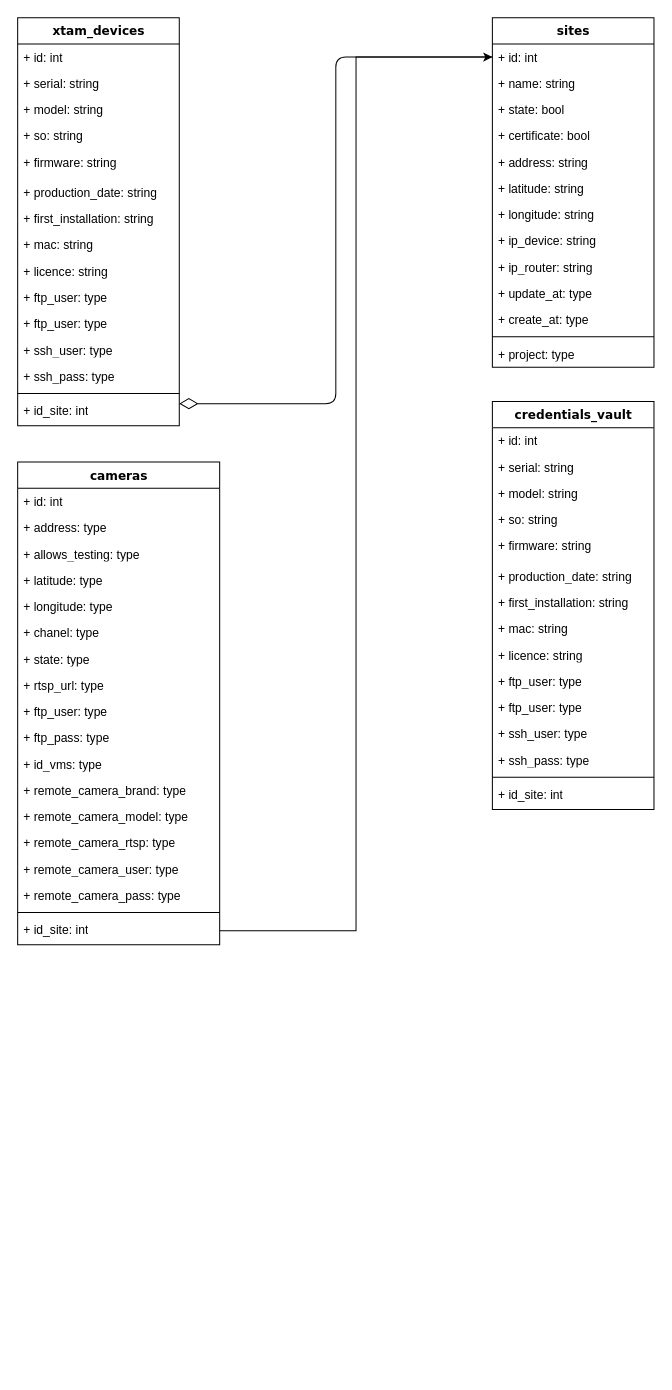
Earlier version of the draw.io diagram Diagrama sin título.drawio (FelipeHurtado/BPMN_EXPERIMIENTO). Source tidied: cells renumbered, new cells numbered last; positions are measured from the earlier drawing's top-left corner, leaving out a move shared by most shapes. Both pictures are drawn from the tidied source at 101%, with x=0, y=0 at pixel (17, 17).
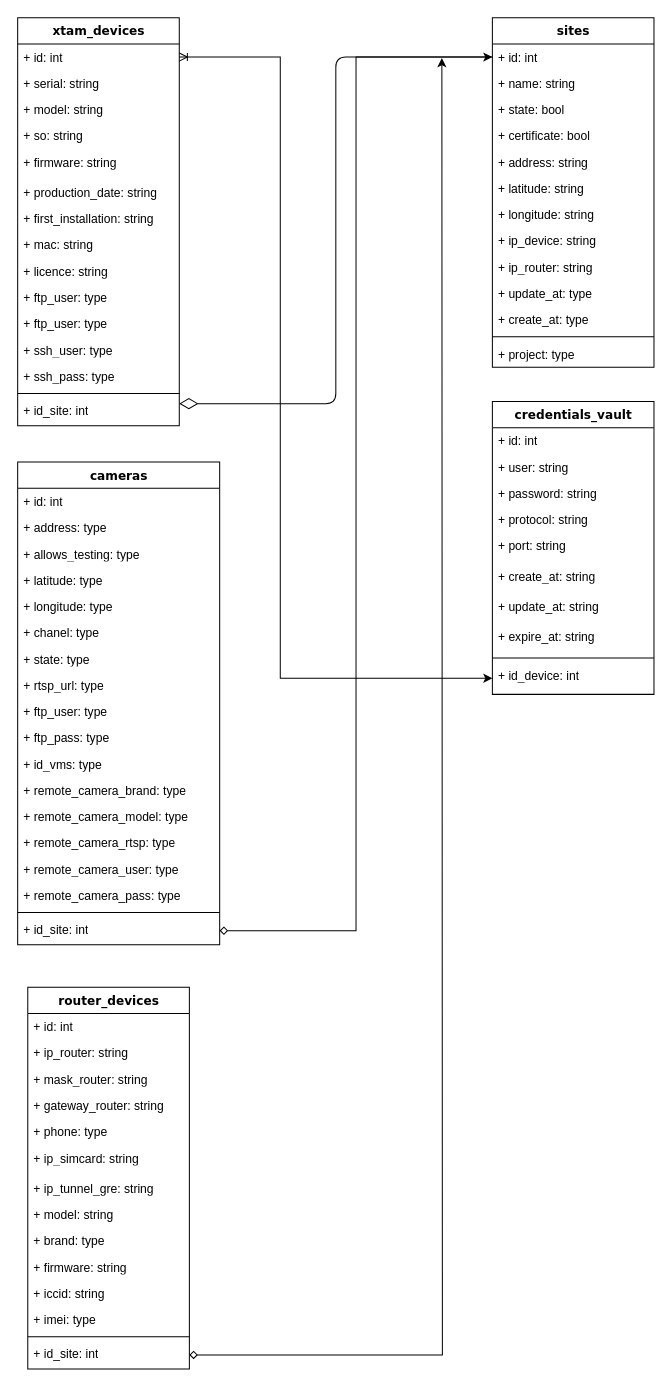
The same diagram, later.

The change refers to these unchanged cells:
```xml
<mxCell id="3" value="+ id: int" style="text;html=1;strokeColor=none;fillColor=none;align=left;verticalAlign=top;spacingLeft=4;spacingRight=4;whiteSpace=wrap;overflow=hidden;points=[[0,0.5],[1,0.5]];portConstraint=eastwest;" parent="2" vertex="1">
  <mxGeometry y="26" width="160" height="26" as="geometry" />
</mxCell>
<mxCell id="17" value="+ id: int" style="text;html=1;strokeColor=none;fillColor=none;align=left;verticalAlign=top;spacingLeft=4;spacingRight=4;whiteSpace=wrap;overflow=hidden;points=[[0,0.5],[1,0.5]];portConstraint=eastwest;" parent="16" vertex="1">
  <mxGeometry y="26" width="160" height="26" as="geometry" />
</mxCell>
<mxCell id="50" value="+ id_site: int" style="text;html=1;strokeColor=none;fillColor=none;align=left;verticalAlign=top;spacingLeft=4;spacingRight=4;whiteSpace=wrap;overflow=hidden;points=[[0,0.5],[1,0.5]];portConstraint=eastwest;" parent="32" vertex="1">
  <mxGeometry y="450" width="200" height="28" as="geometry" />
</mxCell>
```

Change to the diagram source:
```diff
@@
-    <mxCell id="52" style="edgeStyle=orthogonalEdgeStyle;rounded=0;jettySize=auto;html=1;exitX=1;exitY=0.5;exitDx=0;exitDy=0;" parent="1" edge="1" source="50" target="3">
+    <mxCell id="52" style="edgeStyle=orthogonalEdgeStyle;rounded=0;jettySize=auto;html=1;exitX=1;exitY=0.5;exitDx=0;exitDy=0;startArrow=diamond;startFill=0;" parent="1" edge="1" source="50" target="3">
       <mxGeometry relative="1" as="geometry" />
     </mxCell>
     <mxCell id="53" value="credentials_vault" style="swimlane;html=1;fontStyle=1;align=center;verticalAlign=top;horizontal=1;startSize=26;swimlaneFillColor=#ffffff;rounded=0;shadow=0;comic=0;labelBackgroundColor=none;strokeWidth=1;fillColor=none;fontFamily=Verdana;fontSize=12;" parent="1" vertex="1">
-      <mxGeometry x="470" y="380" width="160" height="404" as="geometry" />
+      <mxGeometry x="470" y="380" width="160" height="290" as="geometry" />
     </mxCell>
@@
-    <mxCell id="55" value="+ serial: string" style="text;html=1;strokeColor=none;fillColor=none;align=left;verticalAlign=top;spacingLeft=4;spacingRight=4;whiteSpace=wrap;overflow=hidden;" parent="53" vertex="1">
+    <mxCell id="55" value="+ user: string" style="text;html=1;strokeColor=none;fillColor=none;align=left;verticalAlign=top;spacingLeft=4;spacingRight=4;whiteSpace=wrap;overflow=hidden;" parent="53" vertex="1">
       <mxGeometry y="52" width="160" height="26" as="geometry" />
     </mxCell>
-    <mxCell id="56" value="+ model: string" style="text;html=1;strokeColor=none;fillColor=none;align=left;verticalAlign=top;spacingLeft=4;spacingRight=4;whiteSpace=wrap;overflow=hidden;" parent="53" vertex="1">
+    <mxCell id="56" value="+ password: string" style="text;html=1;strokeColor=none;fillColor=none;align=left;verticalAlign=top;spacingLeft=4;spacingRight=4;whiteSpace=wrap;overflow=hidden;" parent="53" vertex="1">
       <mxGeometry y="78" width="160" height="26" as="geometry" />
     </mxCell>
-    <mxCell id="57" value="+ so: string" style="text;html=1;strokeColor=none;fillColor=none;align=left;verticalAlign=top;spacingLeft=4;spacingRight=4;whiteSpace=wrap;overflow=hidden;" parent="53" vertex="1">
+    <mxCell id="57" value="+ protocol: string" style="text;html=1;strokeColor=none;fillColor=none;align=left;verticalAlign=top;spacingLeft=4;spacingRight=4;whiteSpace=wrap;overflow=hidden;" parent="53" vertex="1">
       <mxGeometry y="104" width="160" height="26" as="geometry" />
     </mxCell>
-    <mxCell id="58" value="+ firmware: string" style="text;html=1;strokeColor=none;fillColor=none;align=left;verticalAlign=top;spacingLeft=4;spacingRight=4;whiteSpace=wrap;overflow=hidden;" parent="53" vertex="1">
+    <mxCell id="58" value="+ port: string" style="text;html=1;strokeColor=none;fillColor=none;align=left;verticalAlign=top;spacingLeft=4;spacingRight=4;whiteSpace=wrap;overflow=hidden;" parent="53" vertex="1">
       <mxGeometry y="130" width="160" height="30" as="geometry" />
     </mxCell>
-    <mxCell id="59" value="+ production_date: string" style="text;html=1;strokeColor=none;fillColor=none;align=left;verticalAlign=top;spacingLeft=4;spacingRight=4;whiteSpace=wrap;overflow=hidden;" parent="53" vertex="1">
-      <mxGeometry y="160" width="160" height="26" as="geometry" />
-    </mxCell>
-    <mxCell id="60" value="+ first_installation: string" style="text;html=1;strokeColor=none;fillColor=none;align=left;verticalAlign=top;spacingLeft=4;spacingRight=4;whiteSpace=wrap;overflow=hidden;" parent="53" vertex="1">
-      <mxGeometry y="186" width="160" height="26" as="geometry" />
-    </mxCell>
-    <mxCell id="61" value="+ mac: string" style="text;html=1;strokeColor=none;fillColor=none;align=left;verticalAlign=top;spacingLeft=4;spacingRight=4;whiteSpace=wrap;overflow=hidden;" parent="53" vertex="1">
-      <mxGeometry y="212" width="160" height="26" as="geometry" />
-    </mxCell>
-    <mxCell id="62" value="+ licence: string" style="text;html=1;strokeColor=none;fillColor=none;align=left;verticalAlign=top;spacingLeft=4;spacingRight=4;whiteSpace=wrap;overflow=hidden;" parent="53" vertex="1">
-      <mxGeometry y="238" width="160" height="26" as="geometry" />
-    </mxCell>
-    <mxCell id="63" value="+ ftp_user: type" style="text;html=1;strokeColor=none;fillColor=none;align=left;verticalAlign=top;spacingLeft=4;spacingRight=4;whiteSpace=wrap;overflow=hidden;" parent="53" vertex="1">
-      <mxGeometry y="264" width="160" height="26" as="geometry" />
-    </mxCell>
-    <mxCell id="64" value="+ ftp_user: type" style="text;html=1;strokeColor=none;fillColor=none;align=left;verticalAlign=top;spacingLeft=4;spacingRight=4;whiteSpace=wrap;overflow=hidden;" parent="53" vertex="1">
-      <mxGeometry y="290" width="160" height="26" as="geometry" />
-    </mxCell>
-    <mxCell id="65" value="+ ssh_user: type" style="text;html=1;strokeColor=none;fillColor=none;align=left;verticalAlign=top;spacingLeft=4;spacingRight=4;whiteSpace=wrap;overflow=hidden;" parent="53" vertex="1">
-      <mxGeometry y="316" width="160" height="26" as="geometry" />
-    </mxCell>
-    <mxCell id="66" value="+ ssh_pass: type" style="text;html=1;strokeColor=none;fillColor=none;align=left;verticalAlign=top;spacingLeft=4;spacingRight=4;whiteSpace=wrap;overflow=hidden;" parent="53" vertex="1">
-      <mxGeometry y="342" width="160" height="26" as="geometry" />
-    </mxCell>
+    <mxCell id="69" value="+ create_at: string" style="text;html=1;strokeColor=none;fillColor=none;align=left;verticalAlign=top;spacingLeft=4;spacingRight=4;whiteSpace=wrap;overflow=hidden;" parent="53" vertex="1">
+      <mxGeometry y="160" width="160" height="30" as="geometry" />
+    </mxCell>
+    <mxCell id="70" value="+ update_at: string" style="text;html=1;strokeColor=none;fillColor=none;align=left;verticalAlign=top;spacingLeft=4;spacingRight=4;whiteSpace=wrap;overflow=hidden;" parent="53" vertex="1">
+      <mxGeometry y="190" width="160" height="30" as="geometry" />
+    </mxCell>
+    <mxCell id="71" value="+ expire_at: string" style="text;html=1;strokeColor=none;fillColor=none;align=left;verticalAlign=top;spacingLeft=4;spacingRight=4;whiteSpace=wrap;overflow=hidden;" parent="53" vertex="1">
+      <mxGeometry y="220" width="160" height="30" as="geometry" />
+    </mxCell>
     <mxCell id="67" style="line;html=1;strokeWidth=1;fillColor=none;align=left;verticalAlign=middle;spacingTop=-1;spacingLeft=3;spacingRight=3;labelPosition=right;" parent="53" vertex="1">
-      <mxGeometry y="368" width="160" height="8" as="geometry" />
+      <mxGeometry y="250" width="160" height="8" as="geometry" />
     </mxCell>
-    <mxCell id="68" value="+ id_site: int" style="text;html=1;strokeColor=none;fillColor=none;align=left;verticalAlign=top;spacingLeft=4;spacingRight=4;whiteSpace=wrap;overflow=hidden;points=[[0,0.5],[1,0.5]];portConstraint=eastwest;" parent="53" vertex="1">
-      <mxGeometry y="376" width="160" height="28" as="geometry" />
+    <mxCell id="68" value="+ id_device: int" style="text;html=1;strokeColor=none;fillColor=none;align=left;verticalAlign=top;spacingLeft=4;spacingRight=4;whiteSpace=wrap;overflow=hidden;points=[[0,0.5],[1,0.5]];portConstraint=eastwest;" parent="53" vertex="1">
+      <mxGeometry y="258" width="160" height="32" as="geometry" />
     </mxCell>
+    <mxCell id="72" style="edgeStyle=elbowEdgeStyle;rounded=0;jettySize=auto;html=1;exitX=1;exitY=0.5;exitDx=0;exitDy=0;entryX=0;entryY=0.5;entryDx=0;entryDy=0;startArrow=ERoneToMany;startFill=0;" parent="1" edge="1" source="17" target="68">
+      <mxGeometry relative="1" as="geometry">
+        <Array as="points">
+          <mxPoint x="260" y="310" />
+        </Array>
+      </mxGeometry>
+    </mxCell>
+    <mxCell id="73" value="router_devices" style="swimlane;html=1;fontStyle=1;align=center;verticalAlign=top;horizontal=1;startSize=26;swimlaneFillColor=#ffffff;rounded=0;shadow=0;comic=0;labelBackgroundColor=none;strokeWidth=1;fillColor=none;fontFamily=Verdana;fontSize=12;" parent="1" vertex="1">
+      <mxGeometry x="10" y="960" width="160" height="378" as="geometry" />
+    </mxCell>
+    <mxCell id="74" value="+ id: int" style="text;html=1;strokeColor=none;fillColor=none;align=left;verticalAlign=top;spacingLeft=4;spacingRight=4;whiteSpace=wrap;overflow=hidden;" parent="73" vertex="1">
+      <mxGeometry y="26" width="160" height="26" as="geometry" />
+    </mxCell>
+    <mxCell id="75" value="+ ip_router: string" style="text;html=1;strokeColor=none;fillColor=none;align=left;verticalAlign=top;spacingLeft=4;spacingRight=4;whiteSpace=wrap;overflow=hidden;" parent="73" vertex="1">
+      <mxGeometry y="52" width="160" height="26" as="geometry" />
+    </mxCell>
+    <mxCell id="76" value="+ mask_router: string" style="text;html=1;strokeColor=none;fillColor=none;align=left;verticalAlign=top;spacingLeft=4;spacingRight=4;whiteSpace=wrap;overflow=hidden;" parent="73" vertex="1">
+      <mxGeometry y="78" width="160" height="26" as="geometry" />
+    </mxCell>
+    <mxCell id="77" value="+ gateway_router: string" style="text;html=1;strokeColor=none;fillColor=none;align=left;verticalAlign=top;spacingLeft=4;spacingRight=4;whiteSpace=wrap;overflow=hidden;" parent="73" vertex="1">
+      <mxGeometry y="104" width="160" height="26" as="geometry" />
+    </mxCell>
+    <mxCell id="78" value="+ phone: type" style="text;html=1;strokeColor=none;fillColor=none;align=left;verticalAlign=top;spacingLeft=4;spacingRight=4;whiteSpace=wrap;overflow=hidden;" parent="73" vertex="1">
+      <mxGeometry y="130" width="160" height="26" as="geometry" />
+    </mxCell>
+    <mxCell id="79" value="+ ip_simcard: string" style="text;html=1;strokeColor=none;fillColor=none;align=left;verticalAlign=top;spacingLeft=4;spacingRight=4;whiteSpace=wrap;overflow=hidden;" parent="73" vertex="1">
+      <mxGeometry y="156" width="160" height="30" as="geometry" />
+    </mxCell>
+    <mxCell id="80" value="+ ip_tunnel_gre: string" style="text;html=1;strokeColor=none;fillColor=none;align=left;verticalAlign=top;spacingLeft=4;spacingRight=4;whiteSpace=wrap;overflow=hidden;" parent="73" vertex="1">
+      <mxGeometry y="186" width="160" height="26" as="geometry" />
+    </mxCell>
+    <mxCell id="81" value="+ model: string" style="text;html=1;strokeColor=none;fillColor=none;align=left;verticalAlign=top;spacingLeft=4;spacingRight=4;whiteSpace=wrap;overflow=hidden;" parent="73" vertex="1">
+      <mxGeometry y="212" width="160" height="26" as="geometry" />
+    </mxCell>
+    <mxCell id="82" value="+ brand: type" style="text;html=1;strokeColor=none;fillColor=none;align=left;verticalAlign=top;spacingLeft=4;spacingRight=4;whiteSpace=wrap;overflow=hidden;" parent="73" vertex="1">
+      <mxGeometry y="238" width="160" height="26" as="geometry" />
+    </mxCell>
+    <mxCell id="83" value="+ firmware: string" style="text;html=1;strokeColor=none;fillColor=none;align=left;verticalAlign=top;spacingLeft=4;spacingRight=4;whiteSpace=wrap;overflow=hidden;" parent="73" vertex="1">
+      <mxGeometry y="264" width="160" height="26" as="geometry" />
+    </mxCell>
+    <mxCell id="84" value="+ iccid: string" style="text;html=1;strokeColor=none;fillColor=none;align=left;verticalAlign=top;spacingLeft=4;spacingRight=4;whiteSpace=wrap;overflow=hidden;" parent="73" vertex="1">
+      <mxGeometry y="290" width="160" height="26" as="geometry" />
+    </mxCell>
+    <mxCell id="85" value="+ imei: type" style="text;html=1;strokeColor=none;fillColor=none;align=left;verticalAlign=top;spacingLeft=4;spacingRight=4;whiteSpace=wrap;overflow=hidden;" parent="73" vertex="1">
+      <mxGeometry y="316" width="160" height="26" as="geometry" />
+    </mxCell>
+    <mxCell id="86" style="line;html=1;strokeWidth=1;fillColor=none;align=left;verticalAlign=middle;spacingTop=-1;spacingLeft=3;spacingRight=3;labelPosition=right;" parent="73" vertex="1">
+      <mxGeometry y="342" width="160" height="8" as="geometry" />
+    </mxCell>
+    <mxCell id="87" style="edgeStyle=orthogonalEdgeStyle;rounded=0;jettySize=auto;html=1;startArrow=diamond;startFill=0;" parent="73" edge="1" source="88">
+      <mxGeometry relative="1" as="geometry">
+        <mxPoint x="410" y="-920" as="targetPoint" />
+      </mxGeometry>
+    </mxCell>
+    <mxCell id="88" value="+ id_site: int" style="text;html=1;strokeColor=none;fillColor=none;align=left;verticalAlign=top;spacingLeft=4;spacingRight=4;whiteSpace=wrap;overflow=hidden;points=[[0,0.5],[1,0.5]];portConstraint=eastwest;" parent="73" vertex="1">
+      <mxGeometry y="350" width="160" height="28" as="geometry" />
+    </mxCell>
```
